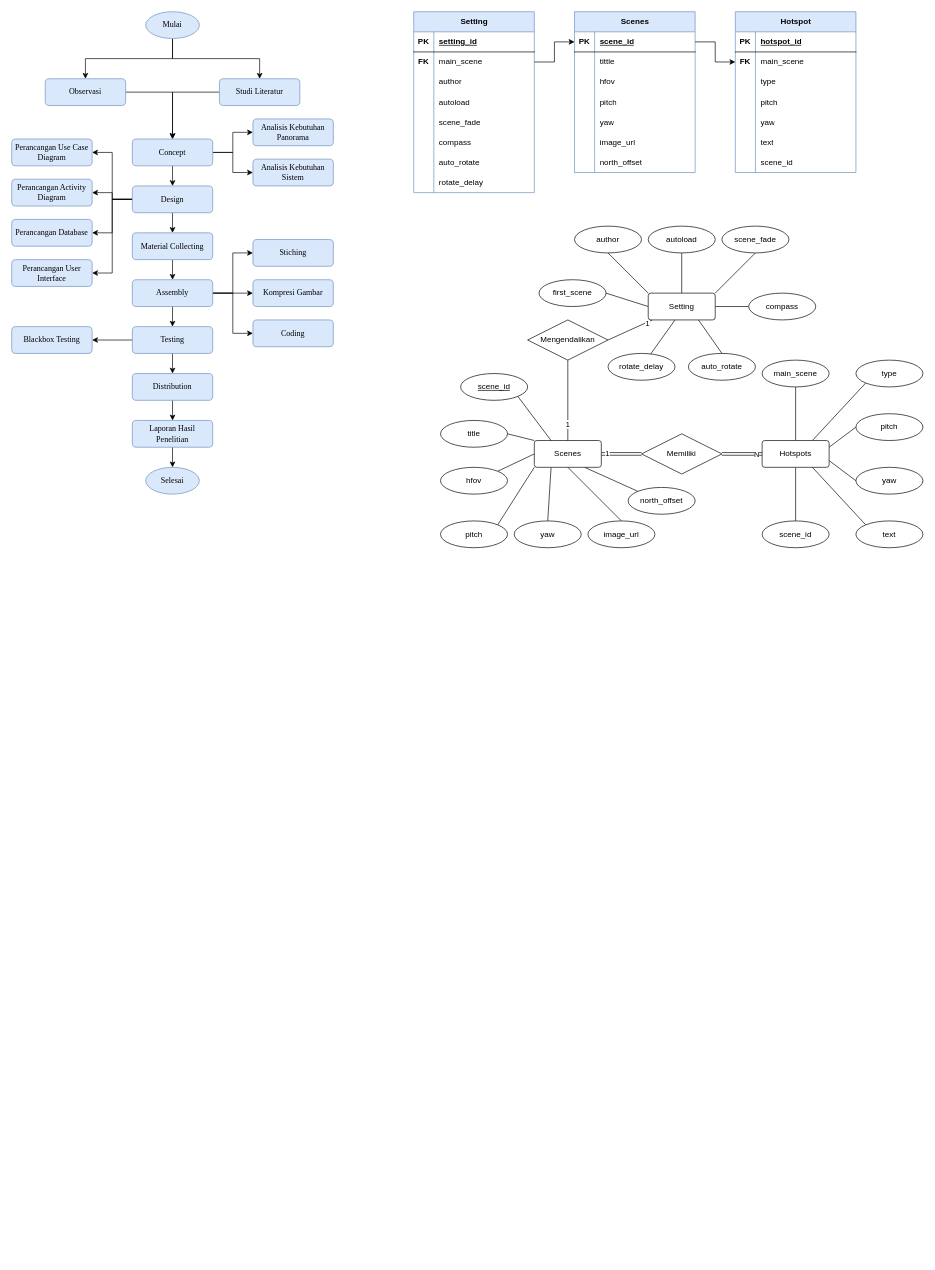
Before: Untitled Diagram.drawio in alfatihart/vt-math, a draw.io diagram. Source tidied: cells renumbered, new cells numbered last; positions are measured from the earlier drawing's top-left corner, leaving out a move shared by most shapes. Both pictures are drawn from the tidied source at 67%, with x=0, y=0 at pixel (11, 11).
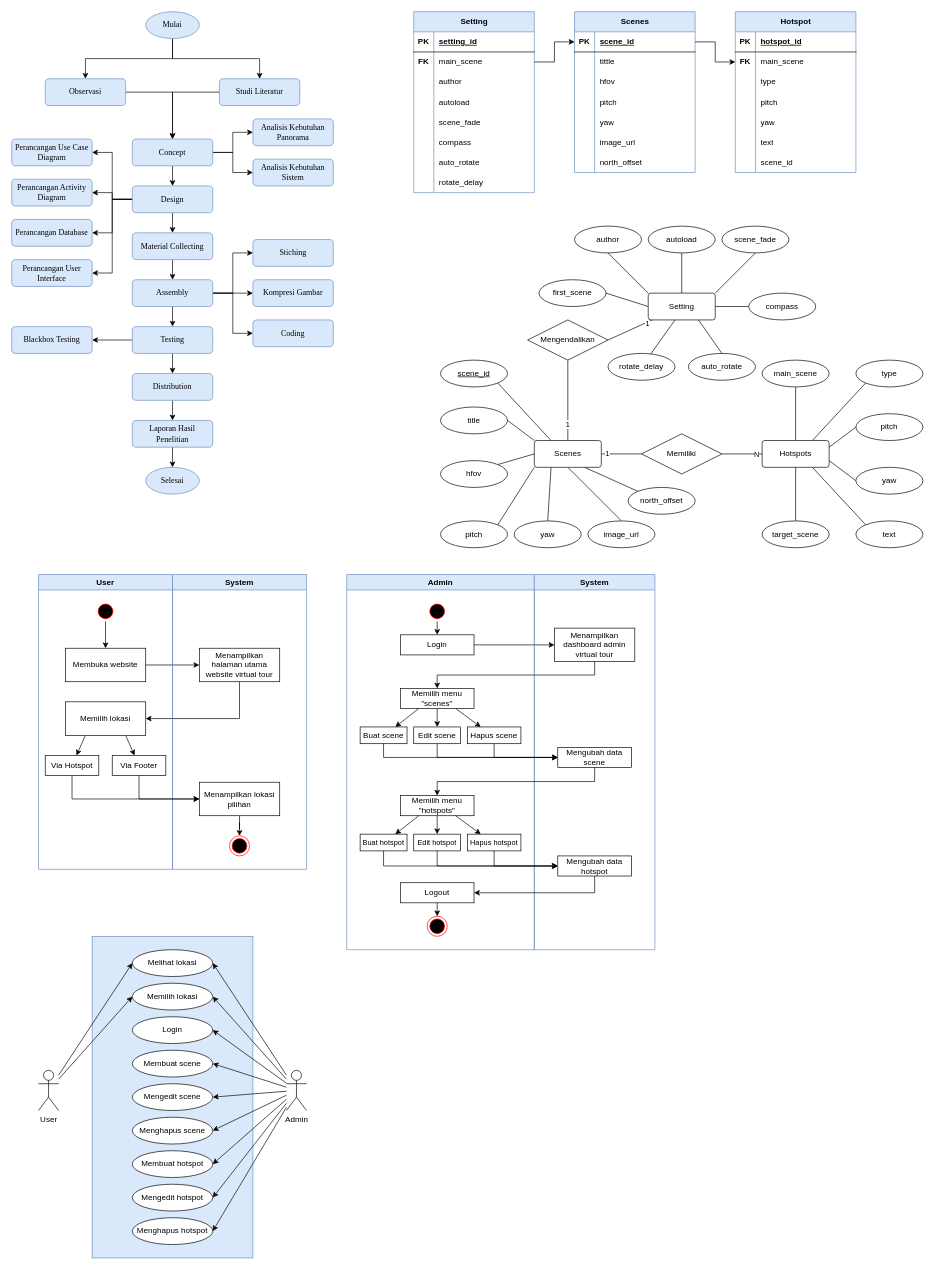
The same page after the edit.

The change refers to these unchanged cells:
```xml
<mxCell id="61" value="Scenes" style="rounded=1;arcSize=10;whiteSpace=wrap;html=1;align=center;" parent="1" vertex="1">
  <mxGeometry x="780" y="640" width="100" height="40" as="geometry" />
</mxCell>
<mxCell id="68" value="Hotspots" style="rounded=1;arcSize=10;whiteSpace=wrap;html=1;align=center;" parent="1" vertex="1">
  <mxGeometry x="1120" y="640" width="100" height="40" as="geometry" />
</mxCell>
<mxCell id="71" value="Memiliki" style="shape=rhombus;perimeter=rhombusPerimeter;whiteSpace=wrap;html=1;align=center;" parent="1" vertex="1">
  <mxGeometry x="940" y="630" width="120" height="60" as="geometry" />
</mxCell>
```

The edit, as a diff of the source:
```diff
@@
-    <mxCell id="53" style="edgeStyle=orthogonalEdgeStyle;rounded=0;jettySize=auto;html=1;exitX=1;exitY=0.5;exitDx=0;exitDy=0;entryX=0;entryY=0.5;entryDx=0;entryDy=0;endArrow=none;endFill=0;shape=link;" parent="1" edge="1" source="61" target="71">
+    <mxCell id="53" style="edgeStyle=orthogonalEdgeStyle;rounded=0;jettySize=auto;html=1;exitX=1;exitY=0.5;exitDx=0;exitDy=0;entryX=0;entryY=0.5;entryDx=0;entryDy=0;endArrow=none;endFill=0;" parent="1" edge="1" source="61" target="71">
       <mxGeometry relative="1" as="geometry" />
     </mxCell>
@@
-    <mxCell id="69" style="edgeStyle=orthogonalEdgeStyle;rounded=0;jettySize=auto;html=1;exitX=1;exitY=0.5;exitDx=0;exitDy=0;endArrow=none;endFill=0;shape=link;" parent="1" edge="1" source="71" target="68">
+    <mxCell id="69" style="edgeStyle=orthogonalEdgeStyle;rounded=0;jettySize=auto;html=1;exitX=1;exitY=0.5;exitDx=0;exitDy=0;endArrow=none;endFill=0;" parent="1" edge="1" source="71" target="68">
       <mxGeometry relative="1" as="geometry" />
     </mxCell>
@@
     <mxCell id="72" value="title" style="ellipse;whiteSpace=wrap;html=1;align=center;" parent="1" vertex="1">
-      <mxGeometry x="640" y="610" width="100" height="40" as="geometry" />
+      <mxGeometry x="640" y="590" width="100" height="40" as="geometry" />
     </mxCell>
@@
     <mxCell id="142" value="scene_id" style="ellipse;whiteSpace=wrap;html=1;align=center;fontStyle=4;" parent="1" vertex="1">
-      <mxGeometry x="670" y="540" width="100" height="40" as="geometry" />
+      <mxGeometry x="640" y="520" width="100" height="40" as="geometry" />
     </mxCell>
     <mxCell id="143" value="hfov" style="ellipse;whiteSpace=wrap;html=1;align=center;" parent="1" vertex="1">
-      <mxGeometry x="640" y="680" width="100" height="40" as="geometry" />
+      <mxGeometry x="640" y="670" width="100" height="40" as="geometry" />
     </mxCell>
@@
-    <mxCell id="158" value="scene_id" style="ellipse;whiteSpace=wrap;html=1;align=center;" parent="1" vertex="1">
+    <mxCell id="158" value="target_scene" style="ellipse;whiteSpace=wrap;html=1;align=center;" parent="1" vertex="1">
       <mxGeometry x="1120" y="760" width="100" height="40" as="geometry" />
     </mxCell>
@@
+    <mxCell id="168" value="User" style="swimlane;whiteSpace=wrap;html=1;fillColor=#dae8fc;strokeColor=#6c8ebf;" parent="1" vertex="1">
+      <mxGeometry x="40" y="840" width="200" height="440" as="geometry" />
+    </mxCell>
+    <mxCell id="169" value="Membuka website" style="html=1;whiteSpace=wrap;" parent="168" vertex="1">
+      <mxGeometry x="40" y="110" width="120" height="50" as="geometry" />
+    </mxCell>
+    <mxCell id="170" style="rounded=0;jettySize=auto;html=1;exitX=0.25;exitY=1;exitDx=0;exitDy=0;" parent="168" edge="1" source="172" target="175">
+      <mxGeometry relative="1" as="geometry" />
+    </mxCell>
+    <mxCell id="171" style="rounded=0;jettySize=auto;html=1;exitX=0.75;exitY=1;exitDx=0;exitDy=0;" parent="168" edge="1" source="172" target="176">
+      <mxGeometry relative="1" as="geometry" />
+    </mxCell>
+    <mxCell id="172" value="Memilih lokasi" style="html=1;whiteSpace=wrap;" parent="168" vertex="1">
+      <mxGeometry x="40" y="190" width="120" height="50" as="geometry" />
+    </mxCell>
+    <mxCell id="173" style="edgeStyle=orthogonalEdgeStyle;rounded=0;jettySize=auto;html=1;" parent="168" edge="1" source="174" target="169">
+      <mxGeometry relative="1" as="geometry" />
+    </mxCell>
+    <mxCell id="174" style="ellipse;html=1;shape=startState;fillColor=#000000;strokeColor=#ff0000;" parent="168" vertex="1">
+      <mxGeometry x="85" y="40" width="30" height="30" as="geometry" />
+    </mxCell>
+    <mxCell id="175" value="Via Hotspot" style="html=1;whiteSpace=wrap;" parent="168" vertex="1">
+      <mxGeometry x="10" y="270" width="80" height="30" as="geometry" />
+    </mxCell>
+    <mxCell id="176" value="Via Footer" style="html=1;whiteSpace=wrap;" parent="168" vertex="1">
+      <mxGeometry x="110" y="270" width="80" height="30" as="geometry" />
+    </mxCell>
+    <mxCell id="177" style="edgeStyle=orthogonalEdgeStyle;rounded=0;jettySize=auto;html=1;exitX=0.5;exitY=1;exitDx=0;exitDy=0;entryX=1;entryY=0.5;entryDx=0;entryDy=0;" parent="168" edge="1" source="178" target="172">
+      <mxGeometry relative="1" as="geometry" />
+    </mxCell>
+    <mxCell id="178" value="Menampilkan halaman utama website virtual tour" style="html=1;whiteSpace=wrap;" parent="168" vertex="1">
+      <mxGeometry x="240" y="110" width="120" height="50" as="geometry" />
+    </mxCell>
+    <mxCell id="179" style="edgeStyle=orthogonalEdgeStyle;rounded=0;jettySize=auto;html=1;" parent="168" edge="1" source="169" target="178">
+      <mxGeometry relative="1" as="geometry" />
+    </mxCell>
+    <mxCell id="180" value="System" style="swimlane;whiteSpace=wrap;html=1;fillColor=#dae8fc;strokeColor=#6c8ebf;" parent="1" vertex="1">
+      <mxGeometry x="240" y="840" width="200" height="440" as="geometry" />
+    </mxCell>
+    <mxCell id="181" style="ellipse;html=1;shape=endState;fillColor=#000000;strokeColor=#ff0000;" parent="180" vertex="1">
+      <mxGeometry x="85" y="390" width="30" height="30" as="geometry" />
+    </mxCell>
+    <mxCell id="182" style="edgeStyle=orthogonalEdgeStyle;rounded=0;jettySize=auto;html=1;exitX=0.5;exitY=1;exitDx=0;exitDy=0;" parent="180" edge="1" source="183" target="181">
+      <mxGeometry relative="1" as="geometry" />
+    </mxCell>
+    <mxCell id="183" value="Menampilkan lokasi pilihan" style="html=1;whiteSpace=wrap;" parent="180" vertex="1">
+      <mxGeometry x="40" y="310" width="120" height="50" as="geometry" />
+    </mxCell>
+    <mxCell id="184" style="edgeStyle=orthogonalEdgeStyle;rounded=0;jettySize=auto;html=1;" parent="1" edge="1" source="175" target="183">
+      <mxGeometry relative="1" as="geometry">
+        <Array as="points">
+          <mxPoint x="90" y="1175" />
+        </Array>
+      </mxGeometry>
+    </mxCell>
+    <mxCell id="185" style="edgeStyle=orthogonalEdgeStyle;rounded=0;jettySize=auto;html=1;" parent="1" edge="1" source="176" target="183">
+      <mxGeometry relative="1" as="geometry">
+        <Array as="points">
+          <mxPoint x="190" y="1175" />
+        </Array>
+      </mxGeometry>
+    </mxCell>
+    <mxCell id="186" value="Admin" style="swimlane;whiteSpace=wrap;html=1;fillColor=#dae8fc;strokeColor=#6c8ebf;" parent="1" vertex="1">
+      <mxGeometry x="500" y="840" width="280" height="560" as="geometry" />
+    </mxCell>
+    <mxCell id="187" value="Menampilkan dashboard admin virtual tour" style="html=1;whiteSpace=wrap;" parent="186" vertex="1">
+      <mxGeometry x="310" y="80" width="120" height="50" as="geometry" />
+    </mxCell>
+    <mxCell id="188" style="edgeStyle=orthogonalEdgeStyle;rounded=0;jettySize=auto;html=1;exitX=1;exitY=0.5;exitDx=0;exitDy=0;entryX=0;entryY=0.5;entryDx=0;entryDy=0;" parent="186" edge="1" source="192" target="187">
+      <mxGeometry relative="1" as="geometry" />
+    </mxCell>
+    <mxCell id="189" style="edgeStyle=orthogonalEdgeStyle;rounded=0;jettySize=auto;html=1;exitX=0.5;exitY=1;exitDx=0;exitDy=0;" parent="186" edge="1" source="187" target="196">
+      <mxGeometry relative="1" as="geometry" />
+    </mxCell>
+    <mxCell id="190" style="edgeStyle=orthogonalEdgeStyle;rounded=0;jettySize=auto;html=1;exitX=0.5;exitY=1;exitDx=0;exitDy=0;entryX=0.5;entryY=0;entryDx=0;entryDy=0;" parent="186" edge="1" source="191" target="192">
+      <mxGeometry relative="1" as="geometry" />
+    </mxCell>
+    <mxCell id="191" style="ellipse;html=1;shape=startState;fillColor=#000000;strokeColor=#ff0000;" parent="186" vertex="1">
+      <mxGeometry x="120" y="40" width="30" height="30" as="geometry" />
+    </mxCell>
+    <mxCell id="192" value="Login" style="html=1;whiteSpace=wrap;" parent="186" vertex="1">
+      <mxGeometry x="80" y="90" width="110" height="30" as="geometry" />
+    </mxCell>
+    <mxCell id="193" style="edgeStyle=orthogonalEdgeStyle;rounded=0;jettySize=auto;html=1;exitX=0.5;exitY=1;exitDx=0;exitDy=0;entryX=0.5;entryY=0;entryDx=0;entryDy=0;" parent="186" edge="1" source="196" target="198">
+      <mxGeometry relative="1" as="geometry" />
+    </mxCell>
+    <mxCell id="194" style="rounded=0;jettySize=auto;html=1;exitX=0.75;exitY=1;exitDx=0;exitDy=0;entryX=0.25;entryY=0;entryDx=0;entryDy=0;" parent="186" edge="1" source="196" target="199">
+      <mxGeometry relative="1" as="geometry" />
+    </mxCell>
+    <mxCell id="195" style="rounded=0;jettySize=auto;html=1;exitX=0.25;exitY=1;exitDx=0;exitDy=0;entryX=0.75;entryY=0;entryDx=0;entryDy=0;" parent="186" edge="1" source="196" target="197">
+      <mxGeometry relative="1" as="geometry" />
+    </mxCell>
+    <mxCell id="196" value="Memilih menu &quot;scenes&quot;" style="html=1;whiteSpace=wrap;" parent="186" vertex="1">
+      <mxGeometry x="80" y="170" width="110" height="30" as="geometry" />
+    </mxCell>
+    <mxCell id="197" value="Buat scene" style="html=1;whiteSpace=wrap;" parent="186" vertex="1">
+      <mxGeometry x="20" y="227.5" width="70" height="25" as="geometry" />
+    </mxCell>
+    <mxCell id="198" value="Edit scene" style="html=1;whiteSpace=wrap;" parent="186" vertex="1">
+      <mxGeometry x="100" y="227.5" width="70" height="25" as="geometry" />
+    </mxCell>
+    <mxCell id="199" value="Hapus scene" style="html=1;whiteSpace=wrap;" parent="186" vertex="1">
+      <mxGeometry x="180" y="227.5" width="80" height="25" as="geometry" />
+    </mxCell>
+    <mxCell id="200" style="ellipse;html=1;shape=endState;fillColor=#000000;strokeColor=#ff0000;" parent="186" vertex="1">
+      <mxGeometry x="120" y="510" width="30" height="30" as="geometry" />
+    </mxCell>
+    <mxCell id="201" style="edgeStyle=orthogonalEdgeStyle;rounded=0;jettySize=auto;html=1;exitX=0.5;exitY=1;exitDx=0;exitDy=0;entryX=0.5;entryY=0;entryDx=0;entryDy=0;" parent="186" edge="1" source="202" target="200">
+      <mxGeometry relative="1" as="geometry" />
+    </mxCell>
+    <mxCell id="202" value="Logout" style="html=1;whiteSpace=wrap;" parent="186" vertex="1">
+      <mxGeometry x="80" y="460" width="110" height="30" as="geometry" />
+    </mxCell>
+    <mxCell id="203" value="Memilih menu &quot;hotspots&quot;" style="html=1;whiteSpace=wrap;" parent="186" vertex="1">
+      <mxGeometry x="80" y="330" width="110" height="30" as="geometry" />
+    </mxCell>
+    <mxCell id="204" value="Buat hotspot" style="html=1;whiteSpace=wrap;fontSize=11;" parent="186" vertex="1">
+      <mxGeometry x="20" y="387.5" width="70" height="25" as="geometry" />
+    </mxCell>
+    <mxCell id="205" style="rounded=0;jettySize=auto;html=1;exitX=0.25;exitY=1;exitDx=0;exitDy=0;entryX=0.75;entryY=0;entryDx=0;entryDy=0;" parent="186" edge="1" source="203" target="204">
+      <mxGeometry relative="1" as="geometry" />
+    </mxCell>
+    <mxCell id="206" value="Edit hotspot" style="html=1;whiteSpace=wrap;fontSize=11;" parent="186" vertex="1">
+      <mxGeometry x="100" y="387.5" width="70" height="25" as="geometry" />
+    </mxCell>
+    <mxCell id="207" value="Hapus hotspot" style="html=1;whiteSpace=wrap;fontSize=11;" parent="186" vertex="1">
+      <mxGeometry x="180" y="387.5" width="80" height="25" as="geometry" />
+    </mxCell>
+    <mxCell id="208" style="edgeStyle=orthogonalEdgeStyle;rounded=0;jettySize=auto;html=1;exitX=0.5;exitY=1;exitDx=0;exitDy=0;entryX=0.5;entryY=0;entryDx=0;entryDy=0;" parent="186" edge="1" source="203" target="206">
+      <mxGeometry relative="1" as="geometry" />
+    </mxCell>
+    <mxCell id="209" style="rounded=0;jettySize=auto;html=1;exitX=0.75;exitY=1;exitDx=0;exitDy=0;entryX=0.25;entryY=0;entryDx=0;entryDy=0;" parent="186" edge="1" source="203" target="207">
+      <mxGeometry relative="1" as="geometry" />
+    </mxCell>
+    <mxCell id="210" value="System" style="swimlane;whiteSpace=wrap;html=1;fillColor=#dae8fc;strokeColor=#6c8ebf;" parent="1" vertex="1">
+      <mxGeometry x="780" y="840" width="180" height="560" as="geometry" />
+    </mxCell>
+    <mxCell id="211" value="Mengubah data scene" style="html=1;whiteSpace=wrap;" parent="210" vertex="1">
+      <mxGeometry x="35" y="258" width="110" height="30" as="geometry" />
+    </mxCell>
+    <mxCell id="212" value="Mengubah data hotspot" style="html=1;whiteSpace=wrap;" parent="210" vertex="1">
+      <mxGeometry x="35" y="420" width="110" height="30" as="geometry" />
+    </mxCell>
+    <mxCell id="213" style="edgeStyle=orthogonalEdgeStyle;rounded=0;jettySize=auto;html=1;exitX=0.5;exitY=1;exitDx=0;exitDy=0;entryX=0;entryY=0.5;entryDx=0;entryDy=0;" parent="1" edge="1" source="199" target="211">
+      <mxGeometry relative="1" as="geometry" />
+    </mxCell>
+    <mxCell id="214" style="edgeStyle=orthogonalEdgeStyle;rounded=0;jettySize=auto;html=1;exitX=0.5;exitY=1;exitDx=0;exitDy=0;entryX=0;entryY=0.5;entryDx=0;entryDy=0;" parent="1" edge="1" source="198" target="211">
+      <mxGeometry relative="1" as="geometry" />
+    </mxCell>
+    <mxCell id="215" style="edgeStyle=orthogonalEdgeStyle;rounded=0;jettySize=auto;html=1;exitX=0.5;exitY=1;exitDx=0;exitDy=0;entryX=0;entryY=0.5;entryDx=0;entryDy=0;" parent="1" edge="1" source="197" target="211">
+      <mxGeometry relative="1" as="geometry" />
+    </mxCell>
+    <mxCell id="216" style="edgeStyle=orthogonalEdgeStyle;rounded=0;jettySize=auto;html=1;exitX=0.5;exitY=1;exitDx=0;exitDy=0;entryX=1;entryY=0.5;entryDx=0;entryDy=0;" parent="1" edge="1" source="212" target="202">
+      <mxGeometry relative="1" as="geometry" />
+    </mxCell>
+    <mxCell id="217" style="edgeStyle=orthogonalEdgeStyle;rounded=0;jettySize=auto;html=1;exitX=0.5;exitY=1;exitDx=0;exitDy=0;entryX=0.5;entryY=0;entryDx=0;entryDy=0;" parent="1" edge="1" source="211" target="203">
+      <mxGeometry relative="1" as="geometry" />
+    </mxCell>
+    <mxCell id="218" style="edgeStyle=orthogonalEdgeStyle;rounded=0;jettySize=auto;html=1;exitX=0.5;exitY=1;exitDx=0;exitDy=0;entryX=0;entryY=0.5;entryDx=0;entryDy=0;" parent="1" edge="1" source="204" target="212">
+      <mxGeometry relative="1" as="geometry" />
+    </mxCell>
+    <mxCell id="219" style="edgeStyle=orthogonalEdgeStyle;rounded=0;jettySize=auto;html=1;exitX=0.5;exitY=1;exitDx=0;exitDy=0;entryX=0;entryY=0.5;entryDx=0;entryDy=0;" parent="1" edge="1" source="206" target="212">
+      <mxGeometry relative="1" as="geometry" />
+    </mxCell>
+    <mxCell id="220" style="edgeStyle=orthogonalEdgeStyle;rounded=0;jettySize=auto;html=1;exitX=0.5;exitY=1;exitDx=0;exitDy=0;entryX=0;entryY=0.5;entryDx=0;entryDy=0;" parent="1" edge="1" source="207" target="212">
+      <mxGeometry relative="1" as="geometry" />
+    </mxCell>
+    <mxCell id="221" style="html=1;whiteSpace=wrap;fillColor=#dae8fc;strokeColor=#6c8ebf;" parent="1" vertex="1">
+      <mxGeometry x="120" y="1380" width="240" height="480" as="geometry" />
+    </mxCell>
+    <mxCell id="222" value="Melihat lokasi" style="ellipse;whiteSpace=wrap;html=1;" parent="1" vertex="1">
+      <mxGeometry x="180" y="1400" width="120" height="40" as="geometry" />
+    </mxCell>
+    <mxCell id="223" value="Memilih lokasi" style="ellipse;whiteSpace=wrap;html=1;" parent="1" vertex="1">
+      <mxGeometry x="180" y="1450" width="120" height="40" as="geometry" />
+    </mxCell>
+    <mxCell id="224" value="Login" style="ellipse;whiteSpace=wrap;html=1;" parent="1" vertex="1">
+      <mxGeometry x="180" y="1500" width="120" height="40" as="geometry" />
+    </mxCell>
+    <mxCell id="225" value="Membuat scene" style="ellipse;whiteSpace=wrap;html=1;" parent="1" vertex="1">
+      <mxGeometry x="180" y="1550" width="120" height="40" as="geometry" />
+    </mxCell>
+    <mxCell id="226" value="Mengedit scene" style="ellipse;whiteSpace=wrap;html=1;" parent="1" vertex="1">
+      <mxGeometry x="180" y="1600" width="120" height="40" as="geometry" />
+    </mxCell>
+    <mxCell id="227" value="Menghapus scene" style="ellipse;whiteSpace=wrap;html=1;" parent="1" vertex="1">
+      <mxGeometry x="180" y="1650" width="120" height="40" as="geometry" />
+    </mxCell>
+    <mxCell id="228" value="Membuat hotspot" style="ellipse;whiteSpace=wrap;html=1;" parent="1" vertex="1">
+      <mxGeometry x="180" y="1700" width="120" height="40" as="geometry" />
+    </mxCell>
+    <mxCell id="229" value="Mengedit hotspot" style="ellipse;whiteSpace=wrap;html=1;" parent="1" vertex="1">
+      <mxGeometry x="180" y="1750" width="120" height="40" as="geometry" />
+    </mxCell>
+    <mxCell id="230" value="Menghapus hotspot" style="ellipse;whiteSpace=wrap;html=1;" parent="1" vertex="1">
+      <mxGeometry x="180" y="1800" width="120" height="40" as="geometry" />
+    </mxCell>
+    <mxCell id="231" style="rounded=0;jettySize=auto;html=1;entryX=0;entryY=0.5;entryDx=0;entryDy=0;" parent="1" edge="1" source="233" target="223">
+      <mxGeometry relative="1" as="geometry" />
+    </mxCell>
+    <mxCell id="232" style="rounded=0;jettySize=auto;html=1;entryX=0;entryY=0.5;entryDx=0;entryDy=0;" parent="1" edge="1" source="233" target="222">
+      <mxGeometry relative="1" as="geometry" />
+    </mxCell>
+    <mxCell id="233" value="User" style="shape=umlActor;verticalLabelPosition=bottom;verticalAlign=top;html=1;" parent="1" vertex="1">
+      <mxGeometry x="40" y="1580" width="30" height="60" as="geometry" />
+    </mxCell>
+    <mxCell id="234" style="rounded=0;jettySize=auto;html=1;entryX=1;entryY=0.5;entryDx=0;entryDy=0;" parent="1" edge="1" source="243" target="230">
+      <mxGeometry relative="1" as="geometry" />
+    </mxCell>
+    <mxCell id="235" style="rounded=0;jettySize=auto;html=1;entryX=1;entryY=0.5;entryDx=0;entryDy=0;" parent="1" edge="1" source="243" target="229">
+      <mxGeometry relative="1" as="geometry" />
+    </mxCell>
+    <mxCell id="236" style="rounded=0;jettySize=auto;html=1;entryX=1;entryY=0.5;entryDx=0;entryDy=0;" parent="1" edge="1" source="243" target="228">
+      <mxGeometry relative="1" as="geometry" />
+    </mxCell>
+    <mxCell id="237" style="rounded=0;jettySize=auto;html=1;entryX=1;entryY=0.5;entryDx=0;entryDy=0;" parent="1" edge="1" source="243" target="227">
+      <mxGeometry relative="1" as="geometry" />
+    </mxCell>
+    <mxCell id="238" style="rounded=0;jettySize=auto;html=1;entryX=1;entryY=0.5;entryDx=0;entryDy=0;" parent="1" edge="1" source="243" target="226">
+      <mxGeometry relative="1" as="geometry" />
+    </mxCell>
+    <mxCell id="239" style="rounded=0;jettySize=auto;html=1;entryX=1;entryY=0.5;entryDx=0;entryDy=0;" parent="1" edge="1" source="243" target="225">
+      <mxGeometry relative="1" as="geometry" />
+    </mxCell>
+    <mxCell id="240" style="rounded=0;jettySize=auto;html=1;entryX=1;entryY=0.5;entryDx=0;entryDy=0;" parent="1" edge="1" source="243" target="224">
+      <mxGeometry relative="1" as="geometry" />
+    </mxCell>
+    <mxCell id="241" style="rounded=0;jettySize=auto;html=1;entryX=1;entryY=0.5;entryDx=0;entryDy=0;" parent="1" edge="1" source="243" target="223">
+      <mxGeometry relative="1" as="geometry" />
+    </mxCell>
+    <mxCell id="242" style="rounded=0;jettySize=auto;html=1;entryX=1;entryY=0.5;entryDx=0;entryDy=0;" parent="1" edge="1" source="243" target="222">
+      <mxGeometry relative="1" as="geometry" />
+    </mxCell>
+    <mxCell id="243" value="Admin" style="shape=umlActor;verticalLabelPosition=bottom;verticalAlign=top;html=1;" parent="1" vertex="1">
+      <mxGeometry x="410" y="1580" width="30" height="60" as="geometry" />
+    </mxCell>
```
